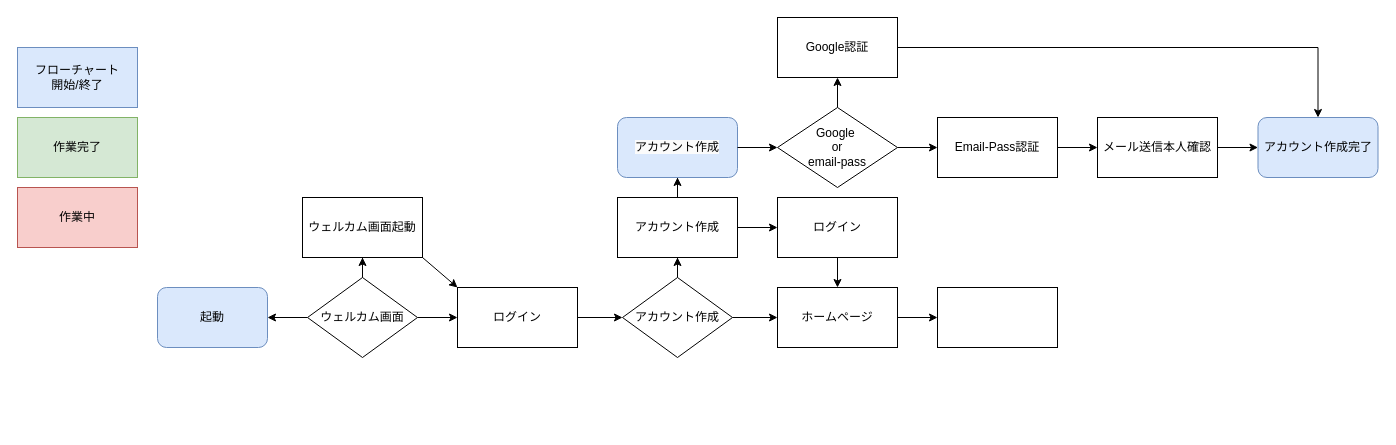
Before: TabiCore.drawio in ASHIMOTO0729/Drow.io, a draw.io diagram. Source tidied: cells renumbered, new cells numbered last; positions are measured from the earlier drawing's top-left corner, leaving out a move shared by most shapes. Both pictures are drawn from the tidied source at 100%, with x=0, y=0 at pixel (17, 17).
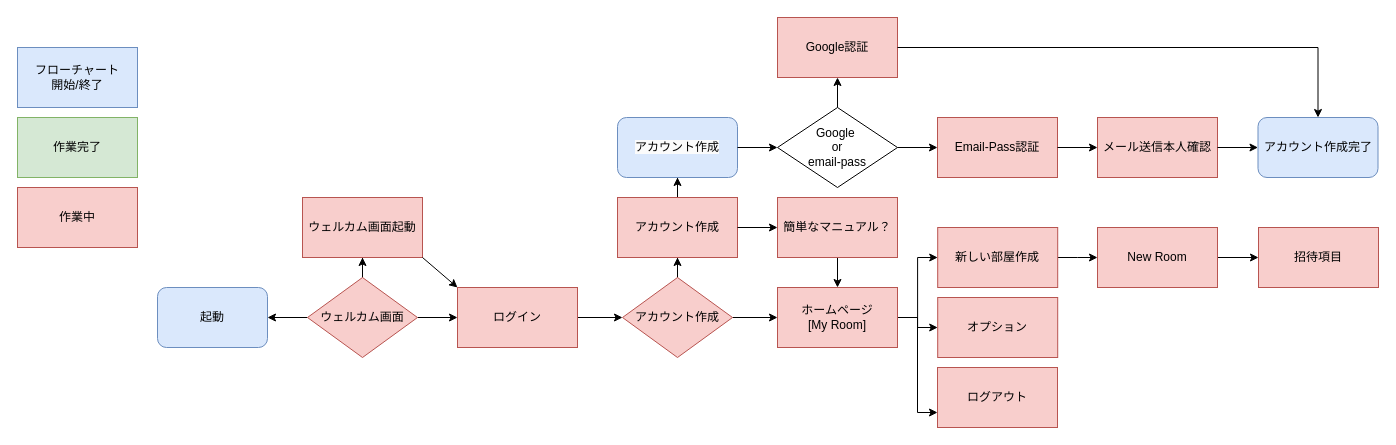
The same page after the edit.

Commit message:
TabiCore.drawio を更新します

The change refers to these unchanged cells:
```xml
<mxCell id="22" style="group;" parent="1" vertex="1">
  <mxGeometry x="600" width="760.5" height="170" as="geometry" />
</mxCell>
```

Diff of the diagram source:
```diff
@@
-    <mxCell id="5" value="ウェルカム画面" style="rhombus;whiteSpace=wrap;html=1;rounded=0;" parent="1" vertex="1">
+    <mxCell id="5" value="ウェルカム画面" style="rhombus;whiteSpace=wrap;html=1;rounded=0;fillColor=#f8cecc;strokeColor=#b85450;" parent="1" vertex="1">
       <mxGeometry x="290" y="260" width="110" height="80" as="geometry" />
     </mxCell>
@@
-    <mxCell id="7" value="ウェルカム画面起動" style="rounded=0;whiteSpace=wrap;html=1;" parent="1" vertex="1">
+    <mxCell id="7" value="ウェルカム画面起動" style="rounded=0;whiteSpace=wrap;html=1;fillColor=#f8cecc;strokeColor=#b85450;" parent="1" vertex="1">
       <mxGeometry x="285" y="180" width="120" height="60" as="geometry" />
     </mxCell>
@@
-    <mxCell id="9" value="ログイン" style="whiteSpace=wrap;html=1;rounded=0;" parent="1" vertex="1">
+    <mxCell id="9" value="ログイン" style="whiteSpace=wrap;html=1;rounded=0;fillColor=#f8cecc;strokeColor=#b85450;" parent="1" vertex="1">
       <mxGeometry x="440" y="270" width="120" height="60" as="geometry" />
     </mxCell>
@@
-    <mxCell id="13" value="アカウント作成" style="rhombus;whiteSpace=wrap;html=1;rounded=0;" parent="1" vertex="1">
+    <mxCell id="13" value="アカウント作成" style="rhombus;whiteSpace=wrap;html=1;rounded=0;fillColor=#f8cecc;strokeColor=#b85450;" parent="1" vertex="1">
       <mxGeometry x="605" y="260" width="110" height="80" as="geometry" />
     </mxCell>
@@
-    <mxCell id="15" value="アカウント作成" style="whiteSpace=wrap;html=1;rounded=0;" parent="1" vertex="1">
+    <mxCell id="15" value="アカウント作成" style="whiteSpace=wrap;html=1;rounded=0;fillColor=#f8cecc;strokeColor=#b85450;" parent="1" vertex="1">
       <mxGeometry x="600" y="180" width="120" height="60" as="geometry" />
     </mxCell>
@@
-    <mxCell id="17" value="ログイン" style="whiteSpace=wrap;html=1;rounded=0;" parent="1" vertex="1">
+    <mxCell id="17" value="簡単なマニュアル？" style="whiteSpace=wrap;html=1;rounded=0;fillColor=#f8cecc;strokeColor=#b85450;" parent="1" vertex="1">
       <mxGeometry x="760" y="180" width="120" height="60" as="geometry" />
     </mxCell>
@@
+    <mxCell id="38" style="edgeStyle=orthogonalEdgeStyle;rounded=0;jettySize=auto;html=1;" parent="1" edge="1" source="20" target="41">
+      <mxGeometry relative="1" as="geometry" />
+    </mxCell>
+    <mxCell id="39" style="edgeStyle=orthogonalEdgeStyle;rounded=0;jettySize=auto;html=1;entryX=0;entryY=0.75;entryDx=0;entryDy=0;" parent="1" edge="1" source="20" target="42">
+      <mxGeometry relative="1" as="geometry" />
+    </mxCell>
-    <mxCell id="20" value="ホームページ" style="rounded=0;whiteSpace=wrap;html=1;" parent="1" vertex="1">
+    <mxCell id="20" value="ホームページ&lt;br&gt;[My Room]" style="rounded=0;whiteSpace=wrap;html=1;fillColor=#f8cecc;strokeColor=#b85450;" parent="1" vertex="1">
       <mxGeometry x="760" y="270" width="120" height="60" as="geometry" />
     </mxCell>
+    <mxCell id="40" style="edgeStyle=orthogonalEdgeStyle;rounded=0;jettySize=auto;html=1;" parent="1" edge="1" source="21" target="44">
+      <mxGeometry relative="1" as="geometry" />
+    </mxCell>
-    <mxCell id="21" style="rounded=0;whiteSpace=wrap;html=1;" parent="1" vertex="1">
-      <mxGeometry x="920" y="270" width="120" height="60" as="geometry" />
+    <mxCell id="21" value="新しい部屋作成" style="rounded=0;whiteSpace=wrap;html=1;fillColor=#f8cecc;strokeColor=#b85450;" parent="1" vertex="1">
+      <mxGeometry x="920.2" y="210" width="120" height="60" as="geometry" />
     </mxCell>
@@
-    <mxCell id="24" value="Google認証" style="rounded=0;whiteSpace=wrap;html=1;" parent="22" vertex="1">
+    <mxCell id="24" value="Google認証" style="rounded=0;whiteSpace=wrap;html=1;fillColor=#f8cecc;strokeColor=#b85450;" parent="22" vertex="1">
       <mxGeometry x="160" width="120" height="60" as="geometry" />
     </mxCell>
@@
-    <mxCell id="26" value="Email-Pass認証" style="whiteSpace=wrap;html=1;rounded=0;" parent="22" vertex="1">
+    <mxCell id="26" value="Email-Pass認証" style="whiteSpace=wrap;html=1;rounded=0;fillColor=#f8cecc;strokeColor=#b85450;" parent="22" vertex="1">
       <mxGeometry x="320" y="100" width="120" height="60" as="geometry" />
     </mxCell>
@@
-    <mxCell id="28" value="メール送信本人確認" style="whiteSpace=wrap;html=1;rounded=0;" parent="22" vertex="1">
+    <mxCell id="28" value="メール送信本人確認" style="whiteSpace=wrap;html=1;rounded=0;fillColor=#f8cecc;strokeColor=#b85450;" parent="22" vertex="1">
       <mxGeometry x="480" y="100" width="120" height="60" as="geometry" />
     </mxCell>
@@
+    <mxCell id="41" value="オプション" style="rounded=0;whiteSpace=wrap;html=1;fillColor=#f8cecc;strokeColor=#b85450;" parent="1" vertex="1">
+      <mxGeometry x="920.2" y="280" width="120" height="60" as="geometry" />
+    </mxCell>
+    <mxCell id="42" value="ログアウト" style="rounded=0;whiteSpace=wrap;html=1;fillColor=#f8cecc;strokeColor=#b85450;" parent="1" vertex="1">
+      <mxGeometry x="920" y="350" width="120" height="60" as="geometry" />
+    </mxCell>
+    <mxCell id="43" style="edgeStyle=orthogonalEdgeStyle;rounded=0;jettySize=auto;html=1;" parent="1" edge="1" source="44" target="45">
+      <mxGeometry relative="1" as="geometry" />
+    </mxCell>
+    <mxCell id="44" value="New Room" style="rounded=0;whiteSpace=wrap;html=1;fillColor=#f8cecc;strokeColor=#b85450;" parent="1" vertex="1">
+      <mxGeometry x="1080" y="210" width="120" height="60" as="geometry" />
+    </mxCell>
+    <mxCell id="45" value="招待項目" style="rounded=0;whiteSpace=wrap;html=1;fillColor=#f8cecc;strokeColor=#b85450;" parent="1" vertex="1">
+      <mxGeometry x="1241" y="210" width="120" height="60" as="geometry" />
+    </mxCell>
```
